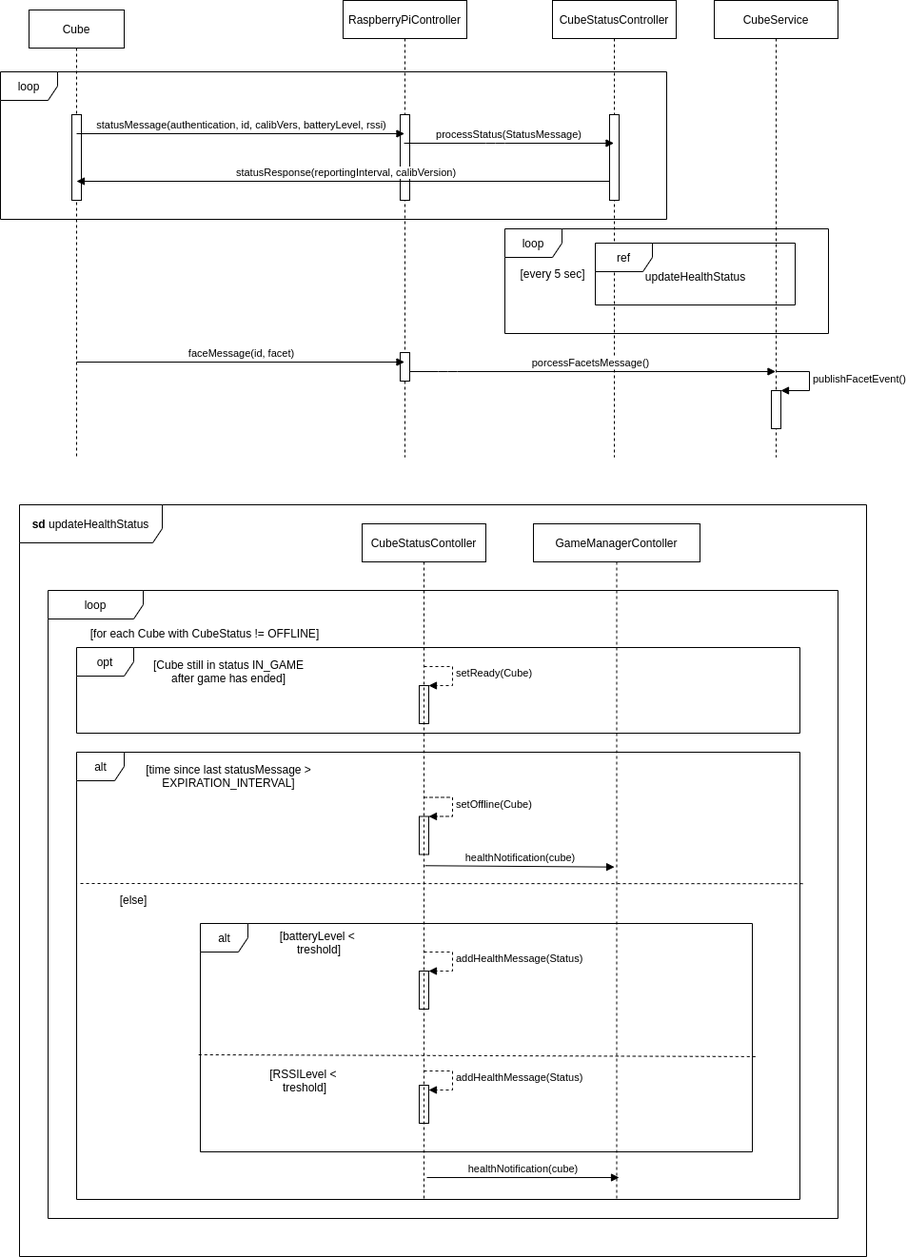
Above: documents/software-concept/diagrams/cubeCommunication.png in b-ertel/TimeGuess-Game (draw.io), before the change. Source tidied: cells renumbered, new cells last; positions are measured from the earlier drawing's top-left corner, leaving out a move shared by most shapes.
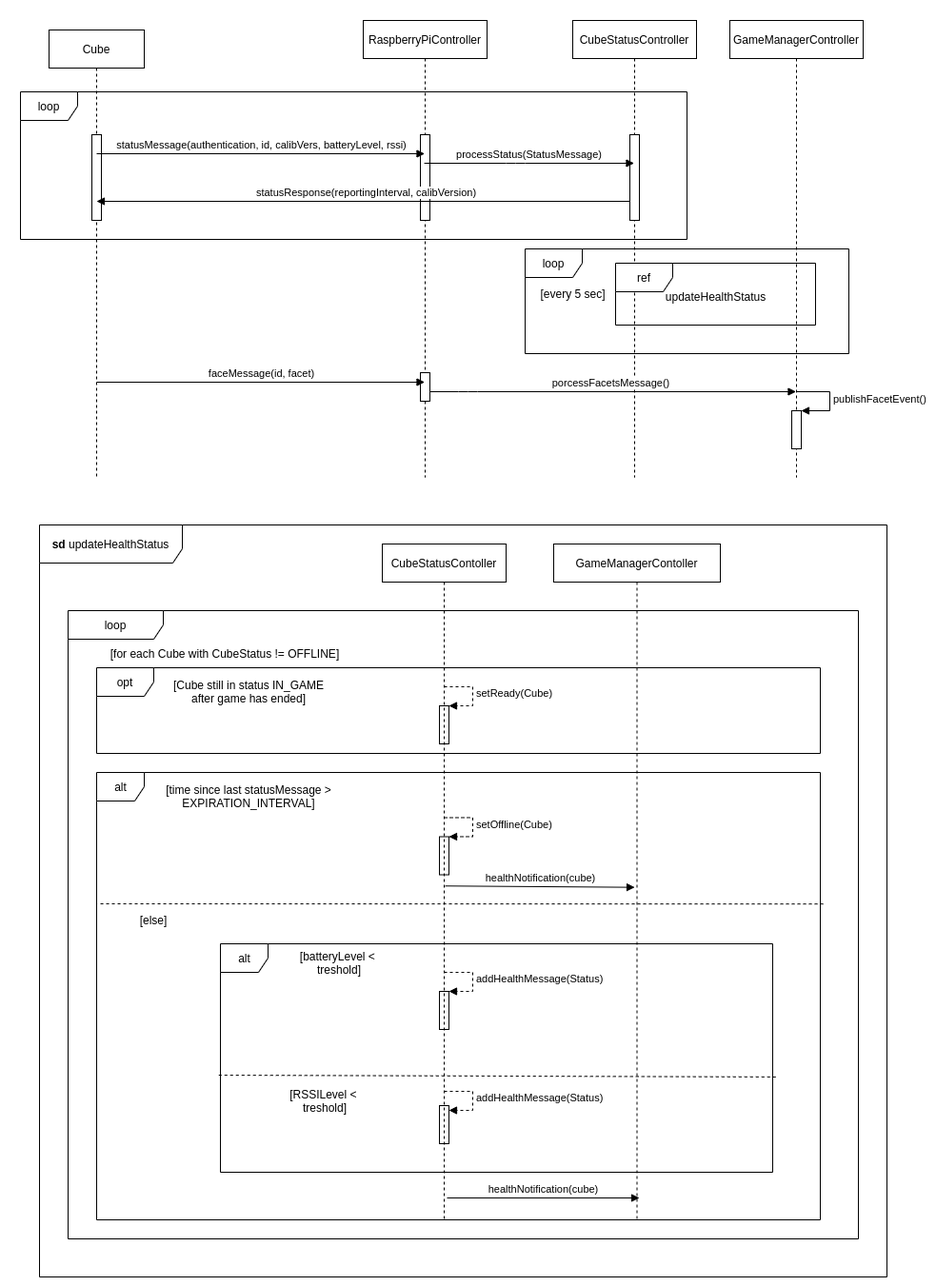
Later version of the same file.

Diff of the diagram source:
```diff
@@ -107,8 +107,8 @@
     <mxCell id="28" value="CubeStatusController" style="shape=umlLifeline;perimeter=lifelinePerimeter;whiteSpace=wrap;html=1;outlineConnect=0;" parent="1" vertex="1">
       <mxGeometry x="580" width="130" height="480" as="geometry" />
     </mxCell>
-    <mxCell id="29" value="CubeService" style="shape=umlLifeline;perimeter=lifelinePerimeter;whiteSpace=wrap;html=1;outlineConnect=0;" parent="1" vertex="1">
-      <mxGeometry x="750" width="130" height="480" as="geometry" />
+    <mxCell id="29" value="GameManagerController" style="shape=umlLifeline;perimeter=lifelinePerimeter;whiteSpace=wrap;html=1;outlineConnect=0;" parent="1" vertex="1">
+      <mxGeometry x="745" width="140" height="480" as="geometry" />
     </mxCell>
     <mxCell id="30" value="porcessFacetsMessage()" style="html=1;verticalAlign=bottom;endArrow=block;" parent="1" edge="1" source="27" target="29">
       <mxGeometry relative="1" as="geometry">
```
